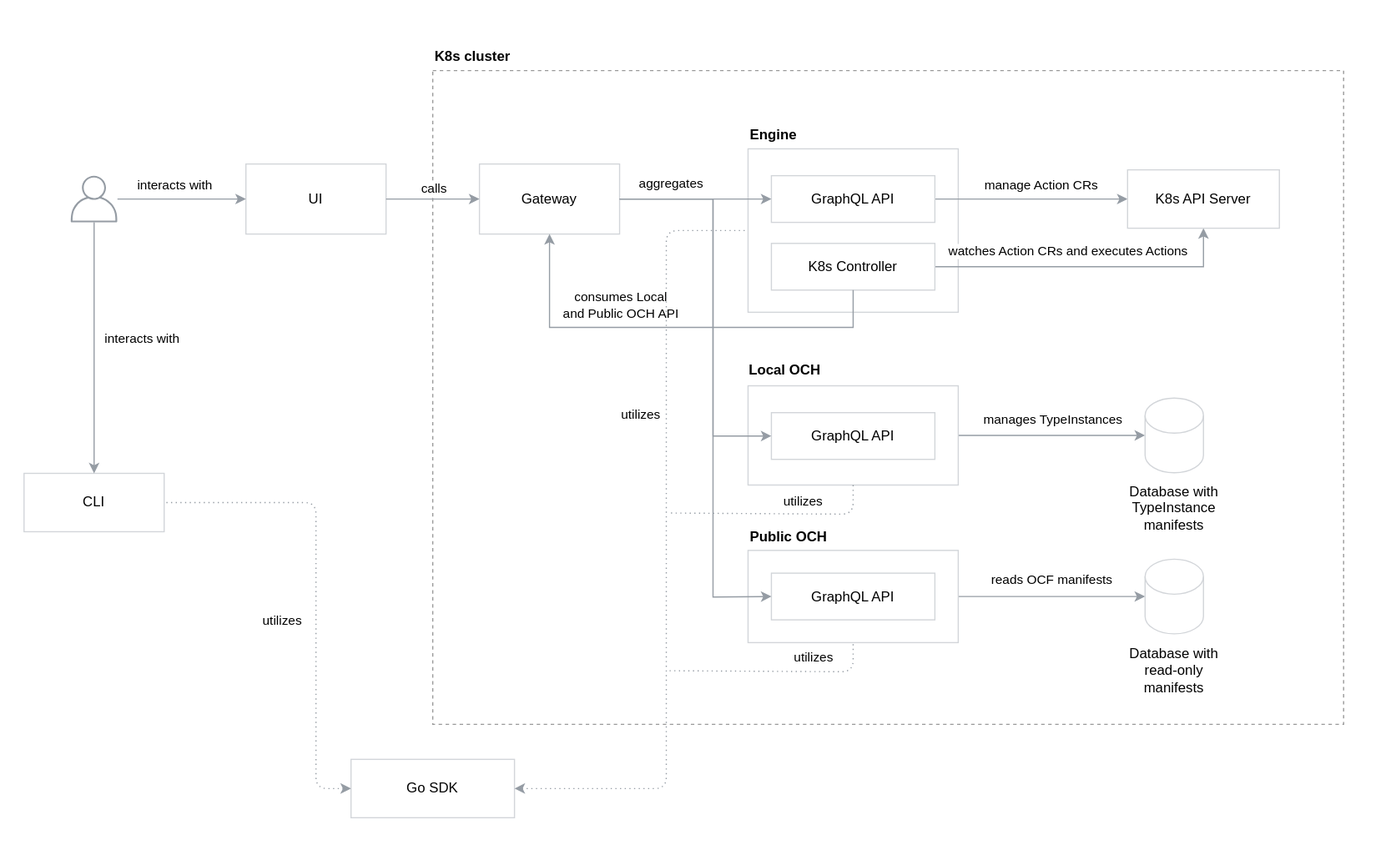
Above: docs/assets/components.svg in capactio/capact (draw.io), before the change. Source tidied: cells renumbered, new cells last; positions are measured from the earlier drawing's top-left corner, leaving out a move shared by most shapes.
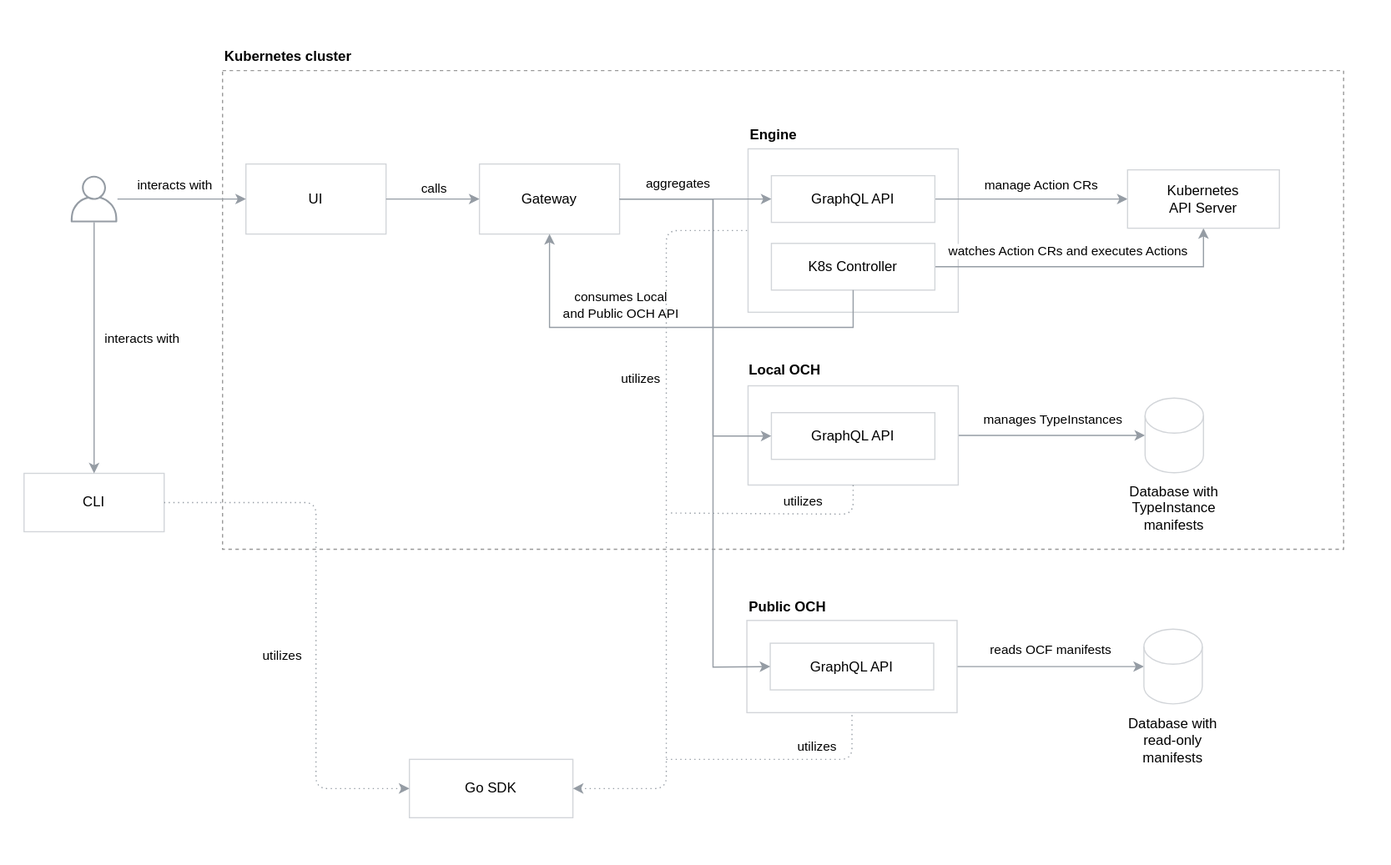
The same diagram one commit later.

Diff of the diagram source:
```diff
@@ -6,7 +6,7 @@
       <mxGeometry width="1190" height="740" as="geometry" />
     </mxCell>
     <mxCell id="3" style="rounded=0;whiteSpace=wrap;html=1;dashed=1;fillColor=none;strokeColor=#999999;" parent="1" vertex="1">
-      <mxGeometry x="370" y="60" width="780" height="560" as="geometry" />
+      <mxGeometry x="190" y="60" width="960" height="410" as="geometry" />
     </mxCell>
     <mxCell id="4" value="&lt;b&gt;Engine&lt;/b&gt;" style="text;html=1;strokeColor=none;fillColor=none;align=left;verticalAlign=middle;whiteSpace=wrap;rounded=0;" parent="1" vertex="1">
       <mxGeometry x="640" y="105" width="40" height="20" as="geometry" />
@@ -95,13 +95,13 @@
       </mxGeometry>
     </mxCell>
     <mxCell id="28" style="rounded=0;whiteSpace=wrap;html=1;strokeColor=#D2D5D9;" parent="1" vertex="1">
-      <mxGeometry x="640" y="471" width="180" height="79" as="geometry" />
+      <mxGeometry x="639" y="531" width="180" height="79" as="geometry" />
     </mxCell>
     <mxCell id="29" value="&lt;b&gt;Public OCH&lt;/b&gt;" style="text;html=1;strokeColor=none;fillColor=none;align=left;verticalAlign=middle;whiteSpace=wrap;rounded=0;" parent="1" vertex="1">
-      <mxGeometry x="640" y="450" width="70" height="20" as="geometry" />
+      <mxGeometry x="639" y="510" width="70" height="20" as="geometry" />
     </mxCell>
     <mxCell id="30" value="GraphQL API" style="rounded=0;whiteSpace=wrap;html=1;strokeColor=#D2D5D9;" parent="1" vertex="1">
-      <mxGeometry x="660" y="490.5" width="140" height="40" as="geometry" />
+      <mxGeometry x="659" y="550.5" width="140" height="40" as="geometry" />
     </mxCell>
     <mxCell id="31" style="endArrow=classic;html=1;exitX=1;exitY=0.5;exitDx=0;exitDy=0;entryX=0;entryY=0.5;entryDx=0;entryDy=0;rounded=0;strokeColor=#959CA4;" parent="1" edge="1" source="8" target="18">
       <mxGeometry relative="1" as="geometry">
@@ -122,7 +122,7 @@
       <mxGeometry relative="1" as="geometry">
         <Array as="points">
           <mxPoint x="610" y="170" />
-          <mxPoint x="610" y="511" />
+          <mxPoint x="610" y="571" />
         </Array>
       </mxGeometry>
     </mxCell>
@@ -132,16 +132,16 @@
       </mxGeometry>
     </mxCell>
     <mxCell id="35" style="shape=cylinder3;whiteSpace=wrap;html=1;boundedLbl=1;backgroundOutline=1;size=15;strokeColor=#D2D5D9;" parent="1" vertex="1">
-      <mxGeometry x="980" y="478.5" width="50" height="64" as="geometry" />
+      <mxGeometry x="979" y="538.5" width="50" height="64" as="geometry" />
     </mxCell>
     <mxCell id="36" style="shape=cylinder3;whiteSpace=wrap;html=1;boundedLbl=1;backgroundOutline=1;size=15;strokeColor=#D2D5D9;" parent="1" vertex="1">
       <mxGeometry x="980" y="340.5" width="50" height="64" as="geometry" />
     </mxCell>
-    <mxCell id="37" value="K8s API Server" style="rounded=0;whiteSpace=wrap;html=1;strokeColor=#D2D5D9;" parent="1" vertex="1">
+    <mxCell id="37" value="Kubernetes&lt;br&gt;API Server" style="rounded=0;whiteSpace=wrap;html=1;strokeColor=#D2D5D9;" parent="1" vertex="1">
       <mxGeometry x="965" y="145" width="130" height="50" as="geometry" />
     </mxCell>
     <mxCell id="38" value="Database with read-only manifests" style="text;html=1;strokeColor=none;fillColor=none;align=center;verticalAlign=middle;whiteSpace=wrap;rounded=0;fontStyle=0;" parent="1" vertex="1">
-      <mxGeometry x="965" y="554" width="80" height="40" as="geometry" />
+      <mxGeometry x="964" y="614" width="80" height="40" as="geometry" />
     </mxCell>
     <mxCell id="39" value="manages TypeInstances" style="edgeLabel;html=1;align=center;verticalAlign=middle;" parent="1" vertex="1">
       <mxGeometry x="900" y="358" as="geometry" />
@@ -162,11 +162,11 @@
     <mxCell id="42" value="Database with TypeInstance manifests" style="text;html=1;strokeColor=none;fillColor=none;align=center;verticalAlign=middle;whiteSpace=wrap;rounded=0;fontStyle=0;" parent="1" vertex="1">
       <mxGeometry x="965" y="415" width="80" height="40" as="geometry" />
     </mxCell>
-    <mxCell id="43" value="&lt;b&gt;K8s cluster&lt;/b&gt;" style="text;html=1;strokeColor=none;fillColor=none;align=left;verticalAlign=middle;whiteSpace=wrap;rounded=0;" parent="1" vertex="1">
-      <mxGeometry x="370" y="38" width="120" height="20" as="geometry" />
+    <mxCell id="43" value="&lt;b&gt;Kubernetes cluster&lt;/b&gt;" style="text;html=1;strokeColor=none;fillColor=none;align=left;verticalAlign=middle;whiteSpace=wrap;rounded=0;" parent="1" vertex="1">
+      <mxGeometry x="190" y="38" width="120" height="20" as="geometry" />
     </mxCell>
     <mxCell id="44" value="Go SDK" style="rounded=0;whiteSpace=wrap;html=1;strokeColor=#D2D5D9;" parent="1" vertex="1">
-      <mxGeometry x="300" y="650" width="140" height="50" as="geometry" />
+      <mxGeometry x="350" y="650" width="140" height="50" as="geometry" />
     </mxCell>
     <mxCell id="45" style="endArrow=none;dashed=1;html=1;dashPattern=1 3;strokeWidth=1;exitX=0;exitY=0.5;exitDx=0;exitDy=0;strokeColor=#959CA4;startArrow=classic;startFill=1;entryX=1;entryY=0.5;entryDx=0;entryDy=0;" parent="1" edge="1" source="44" target="6">
       <mxGeometry relative="1" as="geometry">
@@ -207,10 +207,11 @@
         <mxPoint x="42" y="-9.4" as="offset" />
       </mxGeometry>
     </mxCell>
-    <mxCell id="51" style="endArrow=none;dashed=1;html=1;dashPattern=1 3;strokeWidth=1;strokeColor=#959CA4;startArrow=none;startFill=0;entryX=0.5;entryY=1;entryDx=0;entryDy=0;exitX=0.26;exitY=0.918;exitDx=0;exitDy=0;exitPerimeter=0;" parent="1" edge="1" source="3" target="28">
+    <mxCell id="51" style="endArrow=none;dashed=1;html=1;dashPattern=1 3;strokeWidth=1;strokeColor=#959CA4;startArrow=none;startFill=0;entryX=0.5;entryY=1;entryDx=0;entryDy=0;" parent="1" edge="1" target="28">
       <mxGeometry relative="1" as="geometry">
+        <mxPoint x="570" y="650" as="sourcePoint" />
         <Array as="points">
-          <mxPoint x="730" y="575" />
+          <mxPoint x="729" y="650" />
         </Array>
       </mxGeometry>
     </mxCell>
```
